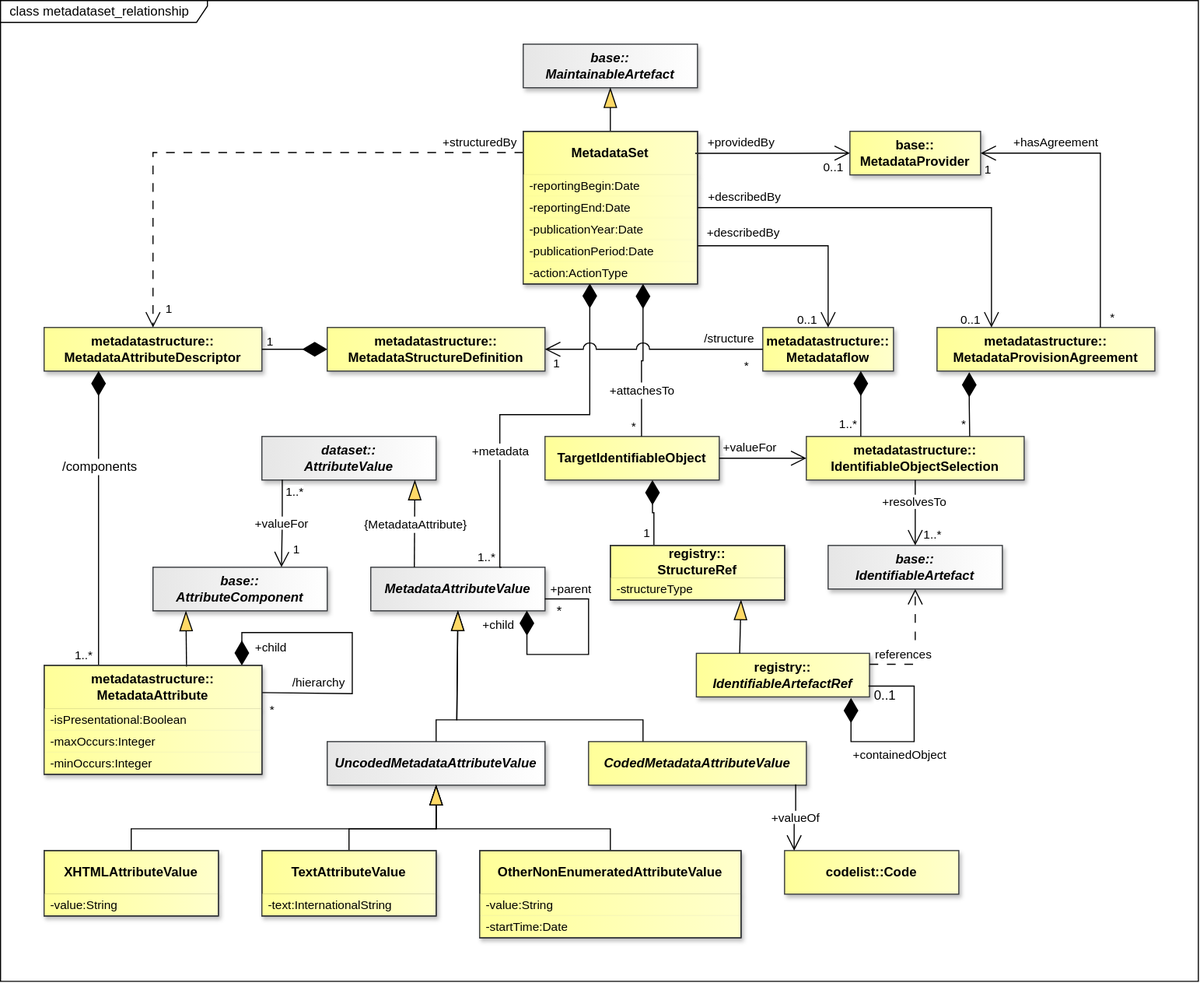
This is docs/information_model/media/sdmx_metadataset_relationship.svg from sdmx-twg/sdmx-im, a draw.io export, as it was before one commit. Source tidied: cells renumbered, new cells last; positions are measured from the earlier drawing's top-left corner, leaving out a move shared by most shapes.
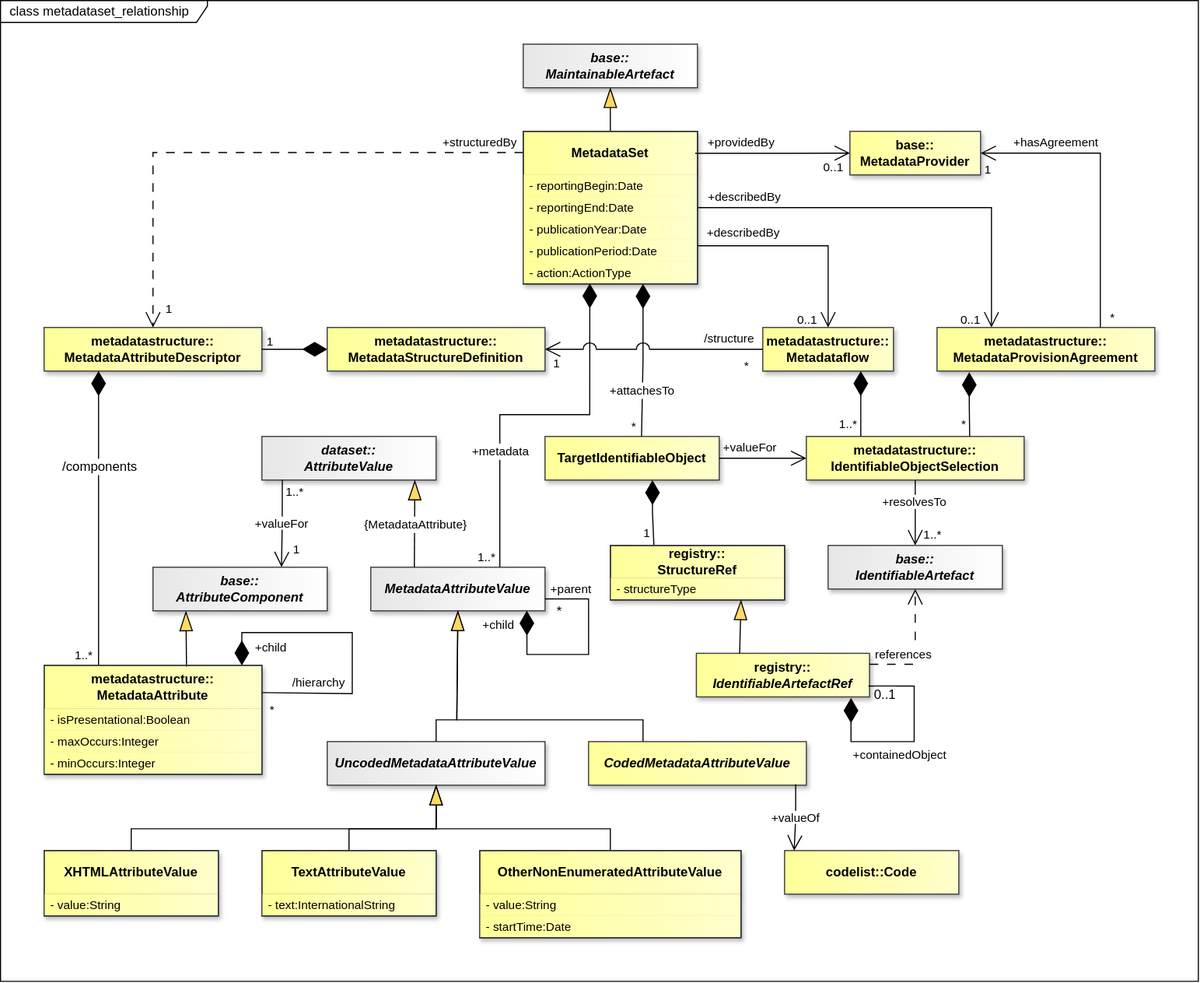
After the change.

Diff of the diagram source:
```diff
@@ -44,19 +44,19 @@
     <mxCell id="15" value="MetadataSet" style="swimlane;fontStyle=1;align=center;verticalAlign=middle;horizontal=1;startSize=40;whiteSpace=wrap;html=1;fillColor=light-dark(#FFFF99,#FFFF99);strokeColor=light-dark(#000000,#000000);gradientDirection=east;swimlaneLine=1;fontColor=light-dark(#000000,#000000);labelBackgroundColor=none;textShadow=0;gradientColor=light-dark(#FFFFCC,#FFFFCC);shadow=1;" parent="1" vertex="1">
       <mxGeometry x="480" y="120" width="160" height="140" as="geometry" />
     </mxCell>
-    <mxCell id="16" value="-reportingBegin:Date" style="text;strokeColor=none;fillColor=light-dark(#FFFF99,#FFFF99);align=left;verticalAlign=middle;spacingLeft=4;spacingRight=4;overflow=hidden;whiteSpace=wrap;html=1;fontFamily=Helvetica;fontSize=11;fontColor=light-dark(#000000,#000000);gradientColor=light-dark(#FFFFCC,#FFFFCC);gradientDirection=east;shadow=1;" parent="15" vertex="1">
+    <mxCell id="16" value="- reportingBegin:Date" style="text;strokeColor=none;fillColor=light-dark(#FFFF99,#FFFF99);align=left;verticalAlign=middle;spacingLeft=4;spacingRight=4;overflow=hidden;whiteSpace=wrap;html=1;fontFamily=Helvetica;fontSize=11;fontColor=light-dark(#000000,#000000);gradientColor=light-dark(#FFFFCC,#FFFFCC);gradientDirection=east;shadow=1;" parent="15" vertex="1">
       <mxGeometry y="40" width="160" height="20" as="geometry" />
     </mxCell>
-    <mxCell id="17" value="-reportingEnd:Date" style="text;strokeColor=none;fillColor=light-dark(#FFFF99,#FFFF99);align=left;verticalAlign=middle;spacingLeft=4;spacingRight=4;overflow=hidden;points=[[0,0.5],[1,0.5]];portConstraint=eastwest;whiteSpace=wrap;html=1;fontFamily=Helvetica;fontSize=11;fontColor=light-dark(#000000,#000000);gradientColor=light-dark(#FFFFCC,#FFFFCC);gradientDirection=east;shadow=1;" parent="15" vertex="1">
+    <mxCell id="17" value="- reportingEnd:Date" style="text;strokeColor=none;fillColor=light-dark(#FFFF99,#FFFF99);align=left;verticalAlign=middle;spacingLeft=4;spacingRight=4;overflow=hidden;points=[[0,0.5],[1,0.5]];portConstraint=eastwest;whiteSpace=wrap;html=1;fontFamily=Helvetica;fontSize=11;fontColor=light-dark(#000000,#000000);gradientColor=light-dark(#FFFFCC,#FFFFCC);gradientDirection=east;shadow=1;" parent="15" vertex="1">
       <mxGeometry y="60" width="160" height="20" as="geometry" />
     </mxCell>
-    <mxCell id="18" value="-publicationYear:Date" style="text;strokeColor=none;fillColor=light-dark(#FFFF99,#FFFF99);align=left;verticalAlign=middle;spacingLeft=4;spacingRight=4;overflow=hidden;whiteSpace=wrap;html=1;fontFamily=Helvetica;fontSize=11;fontColor=light-dark(#000000,#000000);gradientColor=light-dark(#FFFFCC,#FFFFCC);gradientDirection=east;shadow=1;" parent="15" vertex="1">
+    <mxCell id="18" value="- publicationYear:Date" style="text;strokeColor=none;fillColor=light-dark(#FFFF99,#FFFF99);align=left;verticalAlign=middle;spacingLeft=4;spacingRight=4;overflow=hidden;whiteSpace=wrap;html=1;fontFamily=Helvetica;fontSize=11;fontColor=light-dark(#000000,#000000);gradientColor=light-dark(#FFFFCC,#FFFFCC);gradientDirection=east;shadow=1;" parent="15" vertex="1">
       <mxGeometry y="80" width="160" height="20" as="geometry" />
     </mxCell>
-    <mxCell id="19" value="-publicationPeriod:Date" style="text;strokeColor=none;fillColor=light-dark(#FFFF99,#FFFF99);align=left;verticalAlign=middle;spacingLeft=4;spacingRight=4;overflow=hidden;whiteSpace=wrap;html=1;fontFamily=Helvetica;fontSize=11;fontColor=light-dark(#000000,#000000);gradientColor=light-dark(#FFFFCC,#FFFFCC);gradientDirection=east;shadow=1;" parent="15" vertex="1">
+    <mxCell id="19" value="- publicationPeriod:Date" style="text;strokeColor=none;fillColor=light-dark(#FFFF99,#FFFF99);align=left;verticalAlign=middle;spacingLeft=4;spacingRight=4;overflow=hidden;whiteSpace=wrap;html=1;fontFamily=Helvetica;fontSize=11;fontColor=light-dark(#000000,#000000);gradientColor=light-dark(#FFFFCC,#FFFFCC);gradientDirection=east;shadow=1;" parent="15" vertex="1">
       <mxGeometry y="100" width="160" height="20" as="geometry" />
     </mxCell>
-    <mxCell id="20" value="-action:ActionType" style="text;strokeColor=none;fillColor=light-dark(#FFFF99,#FFFF99);align=left;verticalAlign=middle;spacingLeft=4;spacingRight=4;overflow=hidden;points=[[0,0.5],[1,0.5]];portConstraint=eastwest;whiteSpace=wrap;html=1;fontFamily=Helvetica;fontSize=11;fontColor=light-dark(#000000,#000000);gradientColor=light-dark(#FFFFCC,#FFFFCC);gradientDirection=east;shadow=1;" parent="15" vertex="1">
+    <mxCell id="20" value="- action:ActionType" style="text;strokeColor=none;fillColor=light-dark(#FFFF99,#FFFF99);align=left;verticalAlign=middle;spacingLeft=4;spacingRight=4;overflow=hidden;points=[[0,0.5],[1,0.5]];portConstraint=eastwest;whiteSpace=wrap;html=1;fontFamily=Helvetica;fontSize=11;fontColor=light-dark(#000000,#000000);gradientColor=light-dark(#FFFFCC,#FFFFCC);gradientDirection=east;shadow=1;" parent="15" vertex="1">
       <mxGeometry y="120" width="160" height="20" as="geometry" />
     </mxCell>
     <mxCell id="21" value="base::&lt;br&gt;MaintainableArtefact" style="whiteSpace=wrap;html=1;verticalAlign=middle;gradientDirection=east;imageVerticalAlign=top;fontStyle=3;fillColor=light-dark(#E6E6E6,#E6E6E6);strokeColor=#36393d;fontColor=light-dark(#000000,#000000);gradientColor=light-dark(#FFFFFF,#FFFFFF);shadow=1;" parent="1" vertex="1">
@@ -113,13 +113,13 @@
     <mxCell id="34" value="metadatastructure::&lt;br&gt;MetadataAttribute" style="swimlane;fontStyle=1;align=center;verticalAlign=middle;horizontal=1;startSize=40;whiteSpace=wrap;html=1;fillColor=light-dark(#FFFF99,#FFFF99);strokeColor=light-dark(#000000,#000000);gradientDirection=east;swimlaneLine=1;fontColor=light-dark(#000000,#000000);labelBackgroundColor=none;textShadow=0;gradientColor=light-dark(#FFFFCC,#FFFFCC);shadow=1;" parent="1" vertex="1">
       <mxGeometry x="40" y="610" width="200" height="100" as="geometry" />
     </mxCell>
-    <mxCell id="35" value="-isPresentational:Boolean" style="text;strokeColor=none;fillColor=light-dark(#FFFF99,#FFFF99);align=left;verticalAlign=middle;spacingLeft=4;spacingRight=4;overflow=hidden;whiteSpace=wrap;html=1;fontFamily=Helvetica;fontSize=11;fontColor=light-dark(#000000,#000000);gradientColor=light-dark(#FFFFCC,#FFFFCC);gradientDirection=east;shadow=1;" parent="34" vertex="1">
+    <mxCell id="35" value="- isPresentational:Boolean" style="text;strokeColor=none;fillColor=light-dark(#FFFF99,#FFFF99);align=left;verticalAlign=middle;spacingLeft=4;spacingRight=4;overflow=hidden;whiteSpace=wrap;html=1;fontFamily=Helvetica;fontSize=11;fontColor=light-dark(#000000,#000000);gradientColor=light-dark(#FFFFCC,#FFFFCC);gradientDirection=east;shadow=1;" parent="34" vertex="1">
       <mxGeometry y="40" width="200" height="20" as="geometry" />
     </mxCell>
-    <mxCell id="36" value="-maxOccurs:Integer" style="text;strokeColor=none;fillColor=light-dark(#FFFF99,#FFFF99);align=left;verticalAlign=middle;spacingLeft=4;spacingRight=4;overflow=hidden;whiteSpace=wrap;html=1;fontFamily=Helvetica;fontSize=11;fontColor=light-dark(#000000,#000000);gradientColor=light-dark(#FFFFCC,#FFFFCC);gradientDirection=east;shadow=1;" parent="34" vertex="1">
+    <mxCell id="36" value="- maxOccurs:Integer" style="text;strokeColor=none;fillColor=light-dark(#FFFF99,#FFFF99);align=left;verticalAlign=middle;spacingLeft=4;spacingRight=4;overflow=hidden;whiteSpace=wrap;html=1;fontFamily=Helvetica;fontSize=11;fontColor=light-dark(#000000,#000000);gradientColor=light-dark(#FFFFCC,#FFFFCC);gradientDirection=east;shadow=1;" parent="34" vertex="1">
       <mxGeometry y="60" width="200" height="20" as="geometry" />
     </mxCell>
-    <mxCell id="37" value="-minOccurs:Integer" style="text;strokeColor=none;fillColor=light-dark(#FFFF99,#FFFF99);align=left;verticalAlign=middle;spacingLeft=4;spacingRight=4;overflow=hidden;whiteSpace=wrap;html=1;fontFamily=Helvetica;fontSize=11;fontColor=light-dark(#000000,#000000);gradientColor=light-dark(#FFFFCC,#FFFFCC);gradientDirection=east;shadow=1;" parent="34" vertex="1">
+    <mxCell id="37" value="- minOccurs:Integer" style="text;strokeColor=none;fillColor=light-dark(#FFFF99,#FFFF99);align=left;verticalAlign=middle;spacingLeft=4;spacingRight=4;overflow=hidden;whiteSpace=wrap;html=1;fontFamily=Helvetica;fontSize=11;fontColor=light-dark(#000000,#000000);gradientColor=light-dark(#FFFFCC,#FFFFCC);gradientDirection=east;shadow=1;" parent="34" vertex="1">
       <mxGeometry y="80" width="200" height="20" as="geometry" />
     </mxCell>
     <mxCell id="38" value="&lt;font style=&quot;color: light-dark(rgb(0, 0, 0), rgb(255, 255, 255)); background-color: light-dark(rgb(255, 255, 255), rgb(0, 0, 0));&quot;&gt;/hierarchy&lt;/font&gt;" style="endArrow=none;html=1;endSize=12;startArrow=diamondThin;startSize=20;startFill=1;edgeStyle=orthogonalEdgeStyle;rounded=0;endFill=0;strokeColor=light-dark(#000000,#FFFFFF);fontColor=light-dark(#000000,#FFFFFF);labelBackgroundColor=none;entryX=1;entryY=0.25;entryDx=0;entryDy=0;exitX=0.908;exitY=0.001;exitDx=0;exitDy=0;exitPerimeter=0;" parent="1" edge="1" source="34" target="34">
@@ -336,7 +336,7 @@
     <mxCell id="84" value="registry::&lt;br&gt;StructureRef" style="swimlane;fontStyle=1;align=center;verticalAlign=middle;horizontal=1;startSize=30;whiteSpace=wrap;html=1;fillColor=light-dark(#FFFF99,#FFFF99);strokeColor=light-dark(#000000,#000000);gradientDirection=east;swimlaneLine=1;fontColor=light-dark(#000000,#000000);labelBackgroundColor=none;textShadow=0;gradientColor=light-dark(#FFFFCC,#FFFFCC);shadow=1;" parent="1" vertex="1">
       <mxGeometry x="560" y="500" width="160" height="50" as="geometry" />
     </mxCell>
-    <mxCell id="85" value="-structureType" style="text;strokeColor=none;fillColor=light-dark(#FFFF99,#FFFF99);align=left;verticalAlign=middle;spacingLeft=4;spacingRight=4;overflow=hidden;whiteSpace=wrap;html=1;fontFamily=Helvetica;fontSize=11;fontColor=light-dark(#000000,#000000);gradientColor=light-dark(#FFFFCC,#FFFFCC);gradientDirection=east;shadow=1;" parent="84" vertex="1">
+    <mxCell id="85" value="- structureType" style="text;strokeColor=none;fillColor=light-dark(#FFFF99,#FFFF99);align=left;verticalAlign=middle;spacingLeft=4;spacingRight=4;overflow=hidden;whiteSpace=wrap;html=1;fontFamily=Helvetica;fontSize=11;fontColor=light-dark(#000000,#000000);gradientColor=light-dark(#FFFFCC,#FFFFCC);gradientDirection=east;shadow=1;" parent="84" vertex="1">
       <mxGeometry y="30" width="160" height="20" as="geometry" />
     </mxCell>
     <mxCell id="86" style="endArrow=none;html=1;endSize=12;startArrow=diamondThin;startSize=20;startFill=1;edgeStyle=orthogonalEdgeStyle;rounded=0;endFill=0;strokeColor=light-dark(#000000,#FFFFFF);fontColor=light-dark(#000000,#FFFFFF);labelBackgroundColor=none;exitX=0.617;exitY=1.001;exitDx=0;exitDy=0;entryX=0.25;entryY=0;entryDx=0;entryDy=0;exitPerimeter=0;" parent="1" edge="1" source="76" target="84">
@@ -404,22 +404,22 @@
     <mxCell id="98" value="XHTMLAttributeValue" style="swimlane;fontStyle=1;align=center;verticalAlign=middle;horizontal=1;startSize=40;whiteSpace=wrap;html=1;fillColor=light-dark(#FFFF99,#FFFF99);strokeColor=light-dark(#000000,#000000);gradientDirection=east;swimlaneLine=1;fontColor=light-dark(#000000,#000000);labelBackgroundColor=none;textShadow=0;gradientColor=light-dark(#FFFFCC,#FFFFCC);shadow=1;" parent="1" vertex="1">
       <mxGeometry x="40" y="780" width="160" height="60" as="geometry" />
     </mxCell>
-    <mxCell id="99" value="-value:String" style="text;strokeColor=none;fillColor=light-dark(#FFFF99,#FFFF99);align=left;verticalAlign=middle;spacingLeft=4;spacingRight=4;overflow=hidden;whiteSpace=wrap;html=1;fontFamily=Helvetica;fontSize=11;fontColor=light-dark(#000000,#000000);gradientColor=light-dark(#FFFFCC,#FFFFCC);gradientDirection=east;shadow=1;" parent="98" vertex="1">
+    <mxCell id="99" value="- value:String" style="text;strokeColor=none;fillColor=light-dark(#FFFF99,#FFFF99);align=left;verticalAlign=middle;spacingLeft=4;spacingRight=4;overflow=hidden;whiteSpace=wrap;html=1;fontFamily=Helvetica;fontSize=11;fontColor=light-dark(#000000,#000000);gradientColor=light-dark(#FFFFCC,#FFFFCC);gradientDirection=east;shadow=1;" parent="98" vertex="1">
       <mxGeometry y="40" width="160" height="20" as="geometry" />
     </mxCell>
     <mxCell id="100" value="TextAttributeValue" style="swimlane;fontStyle=1;align=center;verticalAlign=middle;horizontal=1;startSize=40;whiteSpace=wrap;html=1;fillColor=light-dark(#FFFF99,#FFFF99);strokeColor=light-dark(#000000,#000000);gradientDirection=east;swimlaneLine=1;fontColor=light-dark(#000000,#000000);labelBackgroundColor=none;textShadow=0;gradientColor=light-dark(#FFFFCC,#FFFFCC);shadow=1;" parent="1" vertex="1">
       <mxGeometry x="240" y="780" width="160" height="60" as="geometry" />
     </mxCell>
-    <mxCell id="101" value="-text:InternationalString" style="text;strokeColor=none;fillColor=light-dark(#FFFF99,#FFFF99);align=left;verticalAlign=middle;spacingLeft=4;spacingRight=4;overflow=hidden;whiteSpace=wrap;html=1;fontFamily=Helvetica;fontSize=11;fontColor=light-dark(#000000,#000000);gradientColor=light-dark(#FFFFCC,#FFFFCC);gradientDirection=east;shadow=1;" parent="100" vertex="1">
+    <mxCell id="101" value="- text:InternationalString" style="text;strokeColor=none;fillColor=light-dark(#FFFF99,#FFFF99);align=left;verticalAlign=middle;spacingLeft=4;spacingRight=4;overflow=hidden;whiteSpace=wrap;html=1;fontFamily=Helvetica;fontSize=11;fontColor=light-dark(#000000,#000000);gradientColor=light-dark(#FFFFCC,#FFFFCC);gradientDirection=east;shadow=1;" parent="100" vertex="1">
       <mxGeometry y="40" width="160" height="20" as="geometry" />
     </mxCell>
     <mxCell id="102" value="OtherNonEnumeratedAttributeValue" style="swimlane;fontStyle=1;align=center;verticalAlign=middle;horizontal=1;startSize=40;whiteSpace=wrap;html=1;fillColor=light-dark(#FFFF99,#FFFF99);strokeColor=light-dark(#000000,#000000);gradientDirection=east;swimlaneLine=1;fontColor=light-dark(#000000,#000000);labelBackgroundColor=none;textShadow=0;gradientColor=light-dark(#FFFFCC,#FFFFCC);shadow=1;" parent="1" vertex="1">
       <mxGeometry x="440" y="780" width="240" height="80" as="geometry" />
     </mxCell>
-    <mxCell id="103" value="-value:String" style="text;strokeColor=none;fillColor=light-dark(#FFFF99,#FFFF99);align=left;verticalAlign=middle;spacingLeft=4;spacingRight=4;overflow=hidden;whiteSpace=wrap;html=1;fontFamily=Helvetica;fontSize=11;fontColor=light-dark(#000000,#000000);gradientColor=light-dark(#FFFFCC,#FFFFCC);gradientDirection=east;shadow=1;" parent="102" vertex="1">
+    <mxCell id="103" value="- value:String" style="text;strokeColor=none;fillColor=light-dark(#FFFF99,#FFFF99);align=left;verticalAlign=middle;spacingLeft=4;spacingRight=4;overflow=hidden;whiteSpace=wrap;html=1;fontFamily=Helvetica;fontSize=11;fontColor=light-dark(#000000,#000000);gradientColor=light-dark(#FFFFCC,#FFFFCC);gradientDirection=east;shadow=1;" parent="102" vertex="1">
       <mxGeometry y="40" width="240" height="20" as="geometry" />
     </mxCell>
-    <mxCell id="104" value="-startTime:Date" style="text;strokeColor=none;fillColor=light-dark(#FFFF99,#FFFF99);align=left;verticalAlign=middle;spacingLeft=4;spacingRight=4;overflow=hidden;whiteSpace=wrap;html=1;fontFamily=Helvetica;fontSize=11;fontColor=light-dark(#000000,#000000);gradientColor=light-dark(#FFFFCC,#FFFFCC);gradientDirection=east;shadow=1;" parent="102" vertex="1">
+    <mxCell id="104" value="- startTime:Date" style="text;strokeColor=none;fillColor=light-dark(#FFFF99,#FFFF99);align=left;verticalAlign=middle;spacingLeft=4;spacingRight=4;overflow=hidden;whiteSpace=wrap;html=1;fontFamily=Helvetica;fontSize=11;fontColor=light-dark(#000000,#000000);gradientColor=light-dark(#FFFFCC,#FFFFCC);gradientDirection=east;shadow=1;" parent="102" vertex="1">
       <mxGeometry y="60" width="240" height="20" as="geometry" />
     </mxCell>
     <mxCell id="105" value="codelist::&lt;span style=&quot;background-color: transparent;&quot;&gt;Code&lt;/span&gt;" style="whiteSpace=wrap;html=1;verticalAlign=middle;gradientDirection=east;imageVerticalAlign=top;fontStyle=1;fillColor=light-dark(#FFFF99,#FFFF99);strokeColor=#36393d;fontColor=light-dark(#000000,#000000);gradientColor=light-dark(#FFFFCC,#FFFFCC);shadow=1;" parent="1" vertex="1">
```
